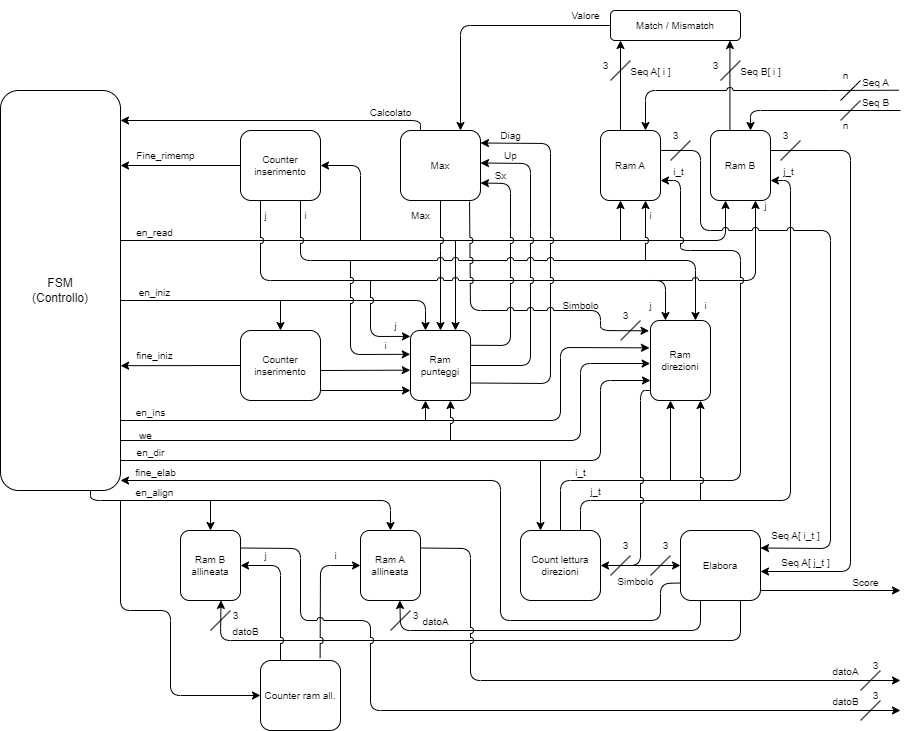
The draw.io diagram DatapathSchematic.drawio.png in Dani-Picciau/NW_algorithm, before a commit. Source tidied: cells renumbered, new cells last; positions are measured from the earlier drawing's top-left corner, leaving out a move shared by most shapes.
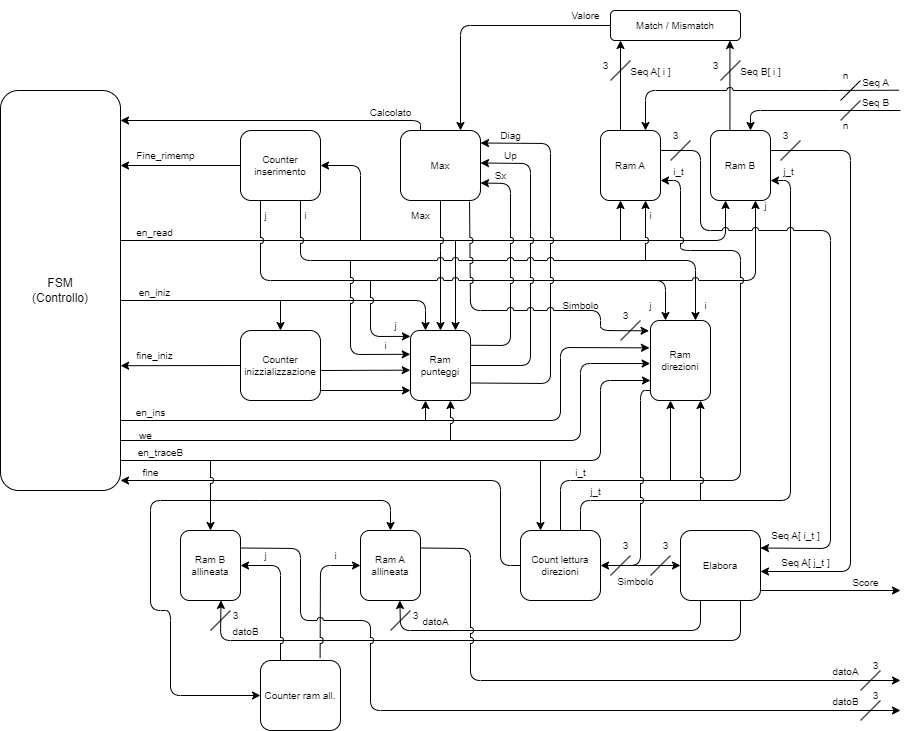
The same file after the commit.

Commit message:
Modifiche+aggiunta macchina a stati

Diff of the diagram source:
```diff
@@ -321,7 +321,7 @@
     <mxCell id="64" value="i" style="text;html=1;align=center;verticalAlign=middle;strokeColor=none;fillColor=none;fontSize=10;rounded=1;" parent="1" vertex="1">
       <mxGeometry x="370" y="330" width="30" height="30" as="geometry" />
     </mxCell>
-    <mxCell id="65" value="&lt;font style=&quot;font-size: 10px;&quot;&gt;Counter inserimento&lt;/font&gt;" style="rounded=1;whiteSpace=wrap;html=1;strokeWidth=1;fontSize=10;" parent="1" vertex="1">
+    <mxCell id="65" value="&lt;font style=&quot;font-size: 10px;&quot;&gt;Counter inizzializzazione&lt;/font&gt;" style="rounded=1;whiteSpace=wrap;html=1;strokeWidth=1;fontSize=10;" parent="1" vertex="1">
       <mxGeometry x="240" y="330" width="80" height="70" as="geometry" />
     </mxCell>
     <mxCell id="66" style="endArrow=classic;html=1;rounded=1;strokeWidth=1;fontSize=10;fontColor=#000000;fillColor=none;jumpStyle=arc;entryX=0.5;entryY=0;entryDx=0;entryDy=0;" parent="1" edge="1" target="65">
@@ -476,8 +476,8 @@
     <mxCell id="94" value="we" style="text;html=1;align=center;verticalAlign=middle;strokeColor=none;fillColor=none;fontSize=10;" parent="1" vertex="1">
       <mxGeometry x="125" y="420" width="40" height="30" as="geometry" />
     </mxCell>
-    <mxCell id="95" value="en_dir" style="text;align=center;verticalAlign=top;strokeColor=none;fillColor=none;fontSize=10;html=1;" parent="1" vertex="1">
-      <mxGeometry x="125" y="440" width="50" height="30" as="geometry" />
+    <mxCell id="95" value="en_traceB" style="text;align=center;verticalAlign=top;strokeColor=none;fillColor=none;fontSize=10;html=1;" parent="1" vertex="1">
+      <mxGeometry x="125" y="440" width="70" height="30" as="geometry" />
     </mxCell>
     <mxCell id="96" style="endArrow=classic;html=1;fontSize=10;jumpStyle=arc;entryX=1;entryY=0.25;entryDx=0;entryDy=0;exitX=1.003;exitY=0.285;exitDx=0;exitDy=0;exitPerimeter=0;" parent="1" edge="1" source="6" target="81">
       <mxGeometry relative="1" as="geometry">
@@ -517,19 +517,17 @@
     <mxCell id="101" value="Calcolato" style="text;html=1;align=center;verticalAlign=top;strokeColor=none;fillColor=none;fontSize=10;strokeWidth=1;rounded=1;" parent="1" vertex="1">
       <mxGeometry x="355" y="100" width="70" height="30" as="geometry" />
     </mxCell>
-    <mxCell id="102" style="endArrow=classic;html=1;fontSize=10;jumpStyle=arc;exitX=0;exitY=0.75;exitDx=0;exitDy=0;" parent="1" edge="1" source="81">
+    <mxCell id="102" style="endArrow=classic;html=1;fontSize=10;jumpStyle=arc;exitX=0;exitY=0.5;exitDx=0;exitDy=0;" parent="1" edge="1" source="77">
       <mxGeometry relative="1" as="geometry">
         <mxPoint x="120" y="480" as="targetPoint" />
         <Array as="points">
-          <mxPoint x="660" y="583" />
-          <mxPoint x="660" y="620" />
-          <mxPoint x="500" y="620" />
+          <mxPoint x="500" y="565" />
           <mxPoint x="500" y="480" />
         </Array>
       </mxGeometry>
     </mxCell>
-    <mxCell id="103" value="fine_elab" style="text;align=center;verticalAlign=top;strokeColor=none;fillColor=none;fontSize=10;html=1;" parent="1" vertex="1">
-      <mxGeometry x="125" y="460" width="60" height="30" as="geometry" />
+    <mxCell id="103" value="fine" style="text;align=center;verticalAlign=top;strokeColor=none;fillColor=none;fontSize=10;html=1;" parent="1" vertex="1">
+      <mxGeometry x="130" y="460" width="40" height="30" as="geometry" />
     </mxCell>
     <mxCell id="104" style="endArrow=none;html=1;strokeWidth=1;fontSize=10;" parent="1" edge="1">
       <mxGeometry relative="1" as="geometry">
@@ -564,10 +562,10 @@
     <mxCell id="111" value="Ram A allineata" style="rounded=1;whiteSpace=wrap;html=1;fontSize=10;strokeWidth=1;" parent="1" vertex="1">
       <mxGeometry x="360" y="530" width="60" height="70" as="geometry" />
     </mxCell>
-    <mxCell id="112" style="endArrow=classic;html=1;entryX=0.5;entryY=0;entryDx=0;entryDy=0;exitX=0.75;exitY=1;exitDx=0;exitDy=0;" parent="1" edge="1" source="71" target="111">
+    <mxCell id="112" style="endArrow=classic;html=1;entryX=0.5;entryY=0;entryDx=0;entryDy=0;" parent="1" edge="1" target="111">
       <mxGeometry relative="1" as="geometry">
+        <mxPoint x="260" y="500" as="sourcePoint" />
         <Array as="points">
-          <mxPoint x="90" y="500" />
           <mxPoint x="390" y="500" />
         </Array>
       </mxGeometry>
@@ -577,9 +575,6 @@
         <mxPoint x="210" y="500" as="sourcePoint" />
       </mxGeometry>
     </mxCell>
-    <mxCell id="114" value="en_align" style="text;align=center;verticalAlign=top;strokeColor=none;fillColor=none;fontSize=10;html=1;" parent="1" vertex="1">
-      <mxGeometry x="124" y="480" width="60" height="30" as="geometry" />
-    </mxCell>
     <mxCell id="115" value="datoA" style="text;html=1;align=center;verticalAlign=bottom;strokeColor=none;fillColor=none;fontSize=10;rounded=1;fontColor=default;" parent="1" vertex="1">
       <mxGeometry x="410" y="600" width="50" height="30" as="geometry" />
     </mxCell>
@@ -645,9 +640,10 @@
     </mxCell>
     <mxCell id="128" style="endArrow=classic;html=1;jumpStyle=arc;entryX=0;entryY=0.5;entryDx=0;entryDy=0;" parent="1" edge="1" target="123">
       <mxGeometry relative="1" as="geometry">
-        <mxPoint x="120" y="500" as="sourcePoint" />
+        <mxPoint x="260" y="500" as="sourcePoint" />
         <Array as="points">
-          <mxPoint x="120" y="610" />
+          <mxPoint x="150" y="500" />
+          <mxPoint x="150" y="610" />
           <mxPoint x="170" y="610" />
           <mxPoint x="170" y="695" />
         </Array>
@@ -718,5 +714,11 @@
     <mxCell id="142" value="data" style="text;html=1;align=center;verticalAlign=middle;strokeColor=none;fillColor=none;fontSize=10;fontColor=#FFFFFF;rounded=1;" parent="1" vertex="1">
       <mxGeometry x="365" y="370" width="40" height="30" as="geometry" />
     </mxCell>
+    <mxCell id="143" style="endArrow=none;html=1;fontColor=#FFFFFF;jumpStyle=arc;" parent="1" edge="1">
+      <mxGeometry relative="1" as="geometry">
+        <mxPoint x="210" y="500" as="sourcePoint" />
+        <mxPoint x="210" y="460" as="targetPoint" />
+      </mxGeometry>
+    </mxCell>
   </root>
 </mxGraphModel>
```
